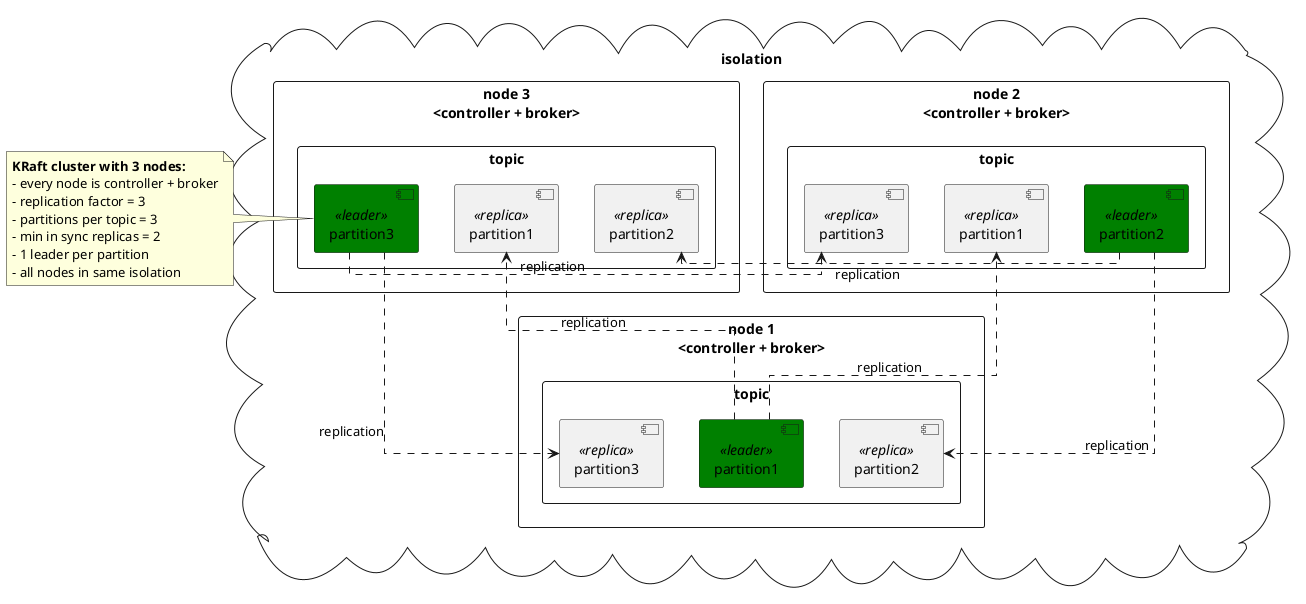
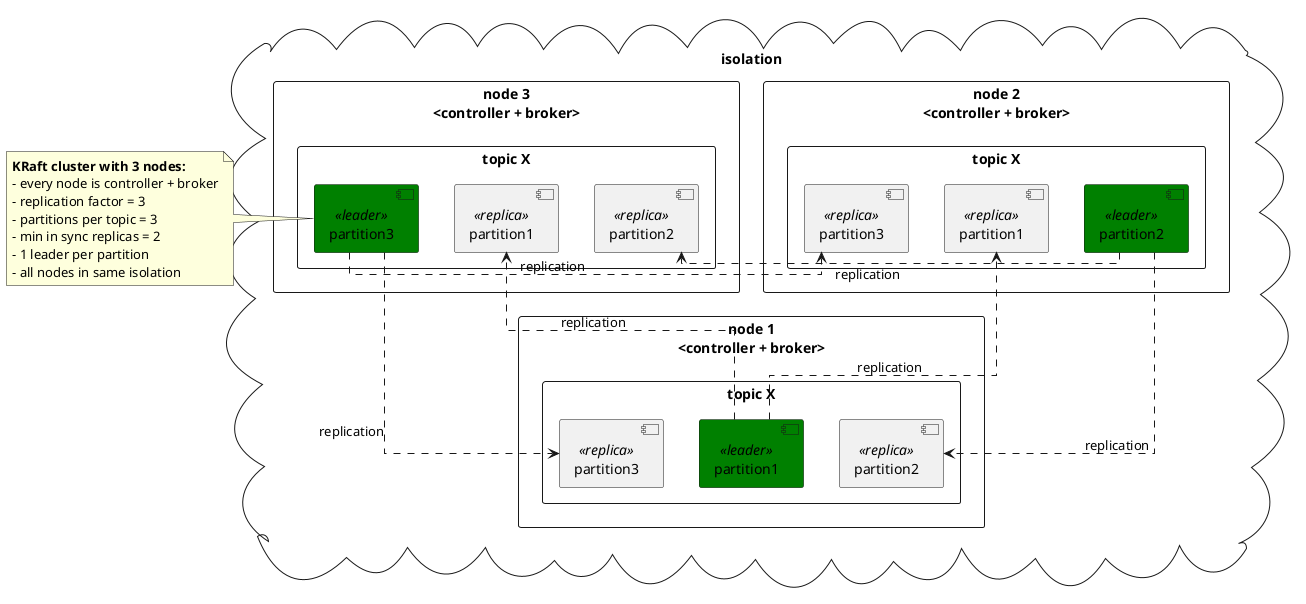
@startuml
skinparam linetype ortho

skinparam component {
    backgroundColor<<leader>> Green
}

cloud "isolation"  {
    rectangle "node 1\n<controller + broker>" as N1 {
-         rectangle "topic" as T1N1 {
+         rectangle "topic X" as T1N1 {
            [partition1] <<leader>> as N1P1
            [partition2] <<replica>> as N1P2
            [partition3] <<replica>> as N1P3
        }
    }

    rectangle "node 2\n<controller + broker>" as N2 {
-         rectangle "topic" as T1N2 {
+         rectangle "topic X" as T1N2 {
            [partition1] <<replica>> as N2P1
            [partition2] <<leader>> as N2P2
            [partition3] <<replica>> as N2P3
        }
    }

    rectangle "node 3\n<controller + broker>" as N3 {
-         rectangle "topic" as T1N3 {
+         rectangle "topic X" as T1N3 {
            [partition1] <<replica>> as N3P1
            [partition2] <<replica>> as N3P2
            [partition3] <<leader>> as N3P3
        }
    }

    N1P1 ..> N2P1: replication
    N1P1 ..> N3P1: replication

    N2P2 ..> N1P2: replication
    N2P2 ..> N3P2: replication

    N3P3 ..> N1P3: replication
    N3P3 ..> N2P3: replication
}

note left
    **KRaft cluster with 3 nodes:**
    - every node is controller + broker
    - replication factor = 3
    - partitions per topic = 3
    - min in sync replicas = 2
    - 1 leader per partition
    - all nodes in same isolation
end note
@enduml
